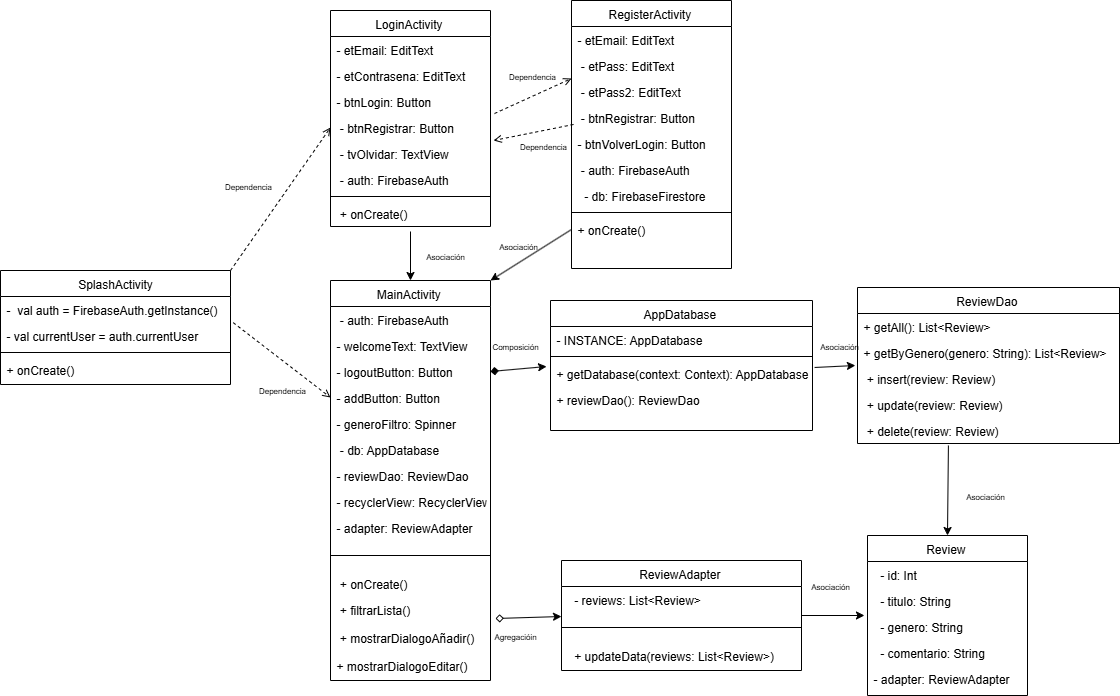
Above: Diagrama De Clases/diagrama de clases.png in marcosgb9/MyList (draw.io), before the change. Source tidied: cells renumbered, new cells last; positions are measured from the earlier drawing's top-left corner, leaving out a move shared by most shapes.
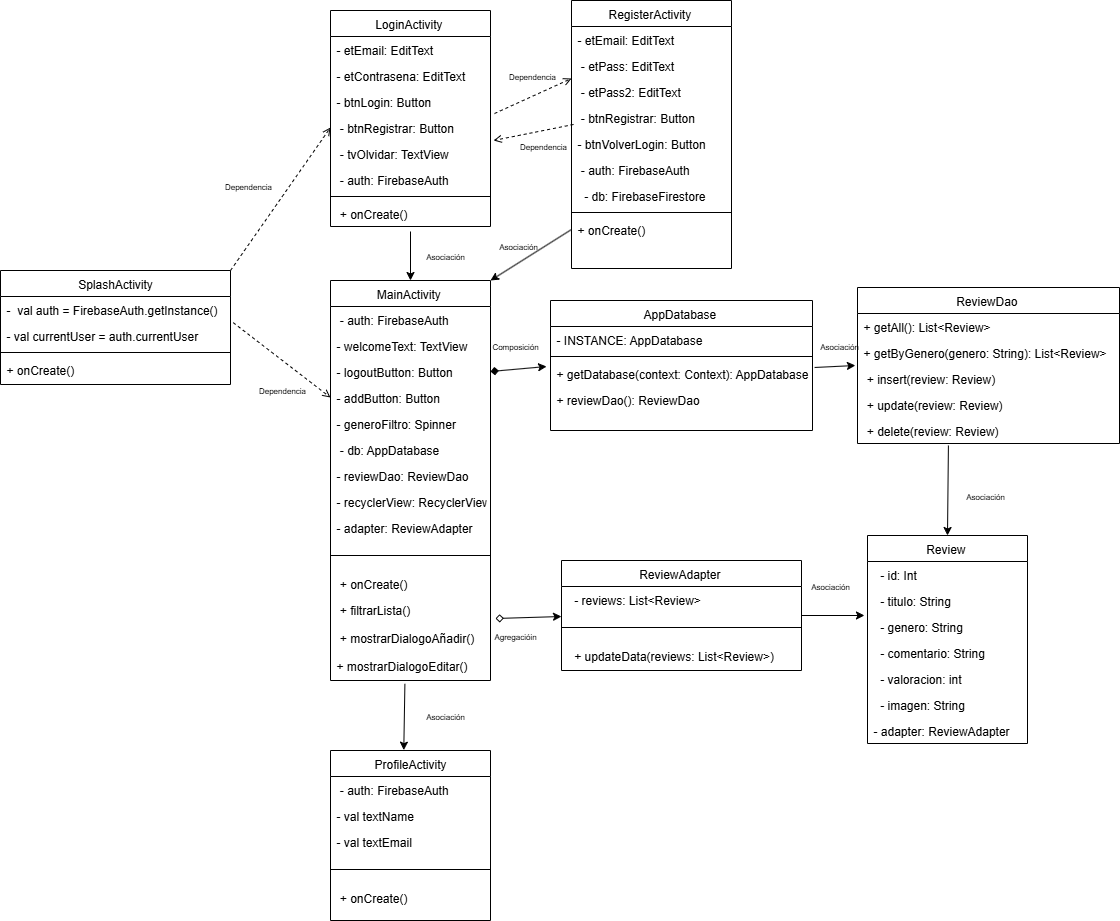
Later version of the same file.

The edit, as a diff of the source:
```diff
@@ -138,7 +138,7 @@
       <mxGeometry y="130" width="262" height="26" as="geometry" />
     </mxCell>
     <mxCell id="47" value="Review " style="swimlane;fontStyle=0;align=center;verticalAlign=top;horizontal=1;startSize=26;rounded=0;shadow=0;strokeWidth=1;" parent="1" vertex="1">
-      <mxGeometry x="867" y="535" width="160" height="160" as="geometry" />
+      <mxGeometry x="867" y="535" width="160" height="208" as="geometry" />
     </mxCell>
     <mxCell id="48" value="  - id: Int" style="text;align=left;verticalAlign=top;spacingLeft=4;spacingRight=4;overflow=hidden;" parent="47" vertex="1">
       <mxGeometry y="26" width="160" height="26" as="geometry" />
@@ -152,8 +152,14 @@
     <mxCell id="51" value="  - comentario: String" style="text;align=left;verticalAlign=top;spacingLeft=4;spacingRight=4;overflow=hidden;" parent="47" vertex="1">
       <mxGeometry y="104" width="160" height="26" as="geometry" />
     </mxCell>
+    <mxCell id="84" value="  - valoracion: int" style="text;align=left;verticalAlign=top;spacingLeft=4;spacingRight=4;overflow=hidden;" parent="47" vertex="1">
+      <mxGeometry y="130" width="160" height="26" as="geometry" />
+    </mxCell>
+    <mxCell id="85" value="  - imagen: String" style="text;align=left;verticalAlign=top;spacingLeft=4;spacingRight=4;overflow=hidden;" parent="47" vertex="1">
+      <mxGeometry y="156" width="160" height="26" as="geometry" />
+    </mxCell>
     <mxCell id="52" value="- adapter: ReviewAdapter&#10;" style="text;align=left;verticalAlign=top;spacingLeft=4;spacingRight=4;overflow=hidden;" parent="47" vertex="1">
-      <mxGeometry y="130" width="160" height="26" as="geometry" />
+      <mxGeometry y="182" width="160" height="26" as="geometry" />
     </mxCell>
     <mxCell id="53" value="ReviewAdapter " style="swimlane;fontStyle=0;align=center;verticalAlign=top;horizontal=1;startSize=26;rounded=0;shadow=0;strokeWidth=1;" parent="1" vertex="1">
       <mxGeometry x="561" y="560" width="240" height="110" as="geometry" />
@@ -248,5 +254,29 @@
     <mxCell id="83" value="&lt;font style=&quot;font-size: 8px;&quot;&gt;Dependencia &lt;/font&gt;" style="text;html=1;align=center;verticalAlign=middle;whiteSpace=wrap;rounded=0;" parent="1" vertex="1">
       <mxGeometry x="264" y="384" width="36" height="10" as="geometry" />
     </mxCell>
+    <mxCell id="86" value="ProfileActivity" style="swimlane;fontStyle=0;align=center;verticalAlign=top;horizontal=1;startSize=26;rounded=0;shadow=0;strokeWidth=1;" parent="1" vertex="1">
+      <mxGeometry x="330" y="750" width="160" height="170" as="geometry" />
+    </mxCell>
+    <mxCell id="87" value=" - auth: FirebaseAuth" style="text;align=left;verticalAlign=top;spacingLeft=4;spacingRight=4;overflow=hidden;" parent="86" vertex="1">
+      <mxGeometry y="26" width="160" height="26" as="geometry" />
+    </mxCell>
+    <mxCell id="88" value="- val textName" style="text;align=left;verticalAlign=top;spacingLeft=4;spacingRight=4;overflow=hidden;" parent="86" vertex="1">
+      <mxGeometry y="52" width="160" height="26" as="geometry" />
+    </mxCell>
+    <mxCell id="89" value="- val textEmail" style="text;align=left;verticalAlign=top;spacingLeft=4;spacingRight=4;overflow=hidden;" parent="86" vertex="1">
+      <mxGeometry y="78" width="160" height="26" as="geometry" />
+    </mxCell>
+    <mxCell id="90" style="line;html=1;strokeWidth=1;align=left;verticalAlign=middle;spacingTop=-1;spacingLeft=3;spacingRight=3;labelPosition=right;" parent="86" vertex="1">
+      <mxGeometry y="104" width="160" height="30" as="geometry" />
+    </mxCell>
+    <mxCell id="91" value=" + onCreate()" style="text;align=left;verticalAlign=top;spacingLeft=4;spacingRight=4;overflow=hidden;fontStyle=0;" parent="86" vertex="1">
+      <mxGeometry y="134" width="160" height="26" as="geometry" />
+    </mxCell>
+    <mxCell id="92" style="endArrow=classic;html=1;rounded=0;exitX=0.465;exitY=1.12;exitDx=0;exitDy=0;exitPerimeter=0;entryX=0.458;entryY=-0.002;entryDx=0;entryDy=0;entryPerimeter=0;" parent="1" edge="1" source="35" target="86">
+      <mxGeometry relative="1" as="geometry" />
+    </mxCell>
+    <mxCell id="93" value="&lt;font style=&quot;font-size: 8px;&quot;&gt;Asociación&lt;/font&gt;" style="text;html=1;align=center;verticalAlign=middle;whiteSpace=wrap;rounded=0;" parent="1" vertex="1">
+      <mxGeometry x="427" y="710" width="36" height="10" as="geometry" />
+    </mxCell>
   </root>
 </mxGraphModel>
```
